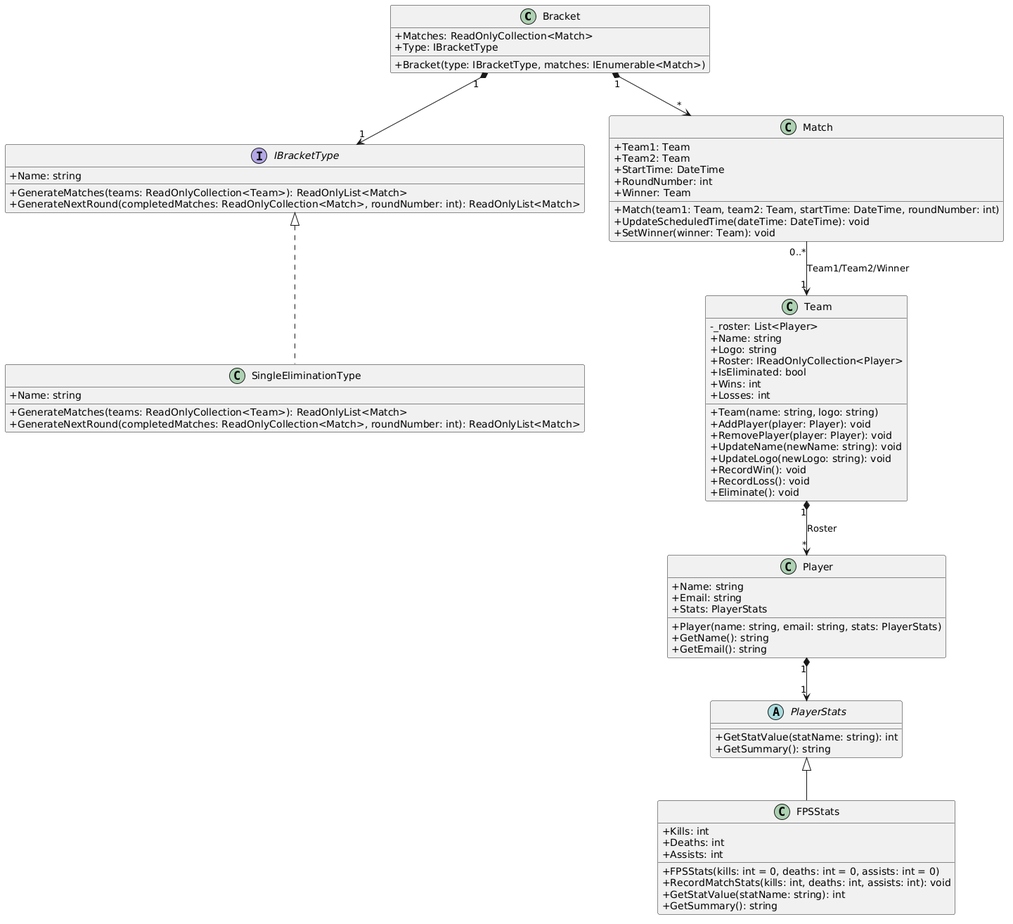
The PlantUML diagram Game-Bracket/Test2Memo_UML_Part1.png in linkevin03/Group-7-ITCS-3112, before a commit.
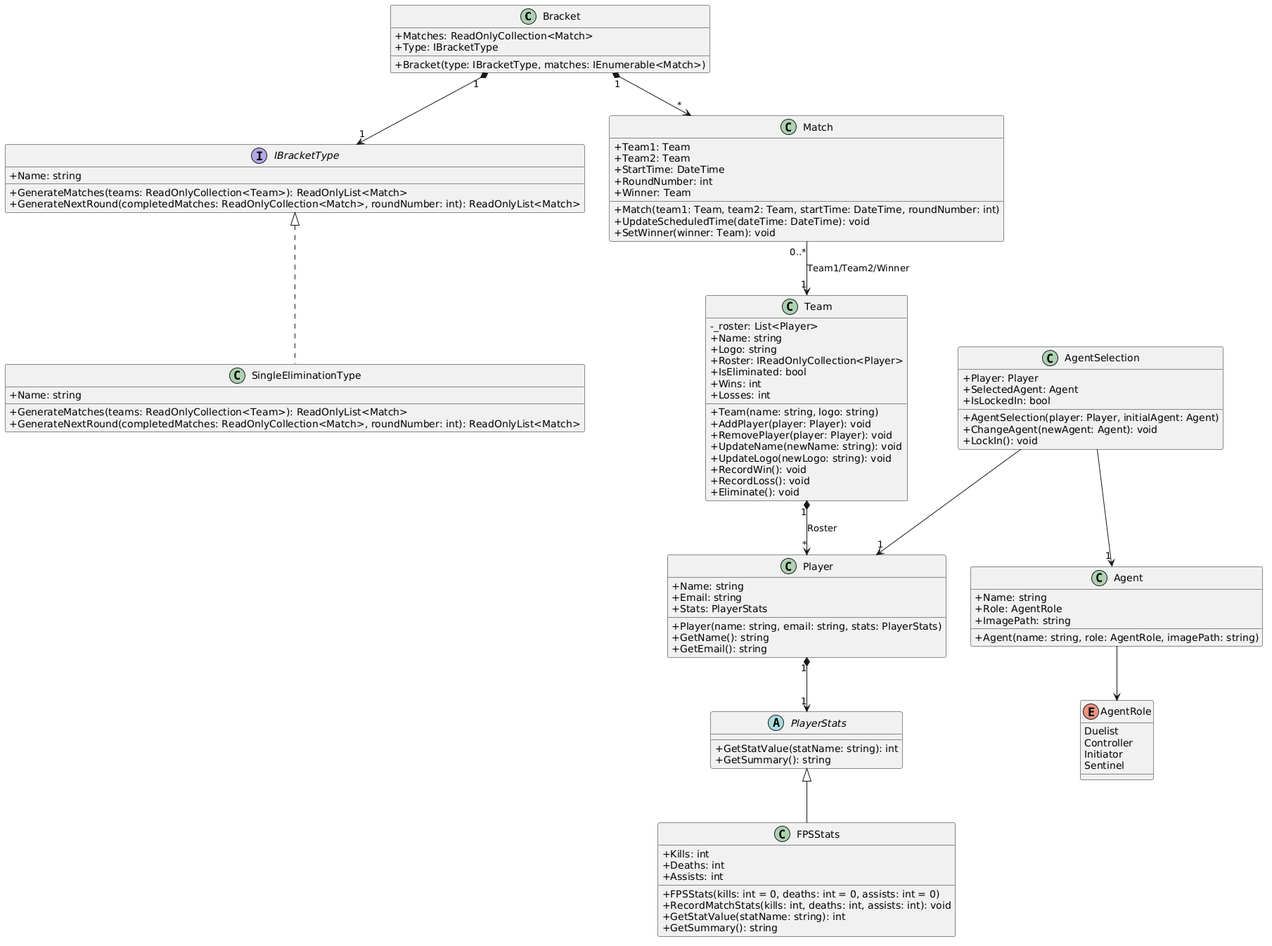
After the commit.

Commit message:
add agent selection and update Program.cs and UML

Change to the diagram source:
```diff
@@ -73,6 +73,29 @@
     + GetSummary(): string
 }
 
+enum AgentRole {
+    Duelist
+    Controller
+    Initiator
+    Sentinel
+}
+
+class Agent {
+    + Name: string
+    + Role: AgentRole
+    + ImagePath: string
+    + Agent(name: string, role: AgentRole, imagePath: string)
+}
+
+class AgentSelection {
+    + Player: Player
+    + SelectedAgent: Agent
+    + IsLockedIn: bool
+    + AgentSelection(player: Player, initialAgent: Agent)
+    + ChangeAgent(newAgent: Agent): void
+    + LockIn(): void
+}
+
 Bracket "1" *--> "1" IBracketType
 Bracket "1" *--> "*" Match
 IBracketType <|.. SingleEliminationType
@@ -80,4 +103,8 @@
 Team "1" *--> "*" Player : Roster
 Player "1" *--> "1" PlayerStats
 PlayerStats <|-- FPSStats
+
+Agent --> AgentRole
+AgentSelection --> "1" Player
+AgentSelection --> "1" Agent
 @enduml
```
